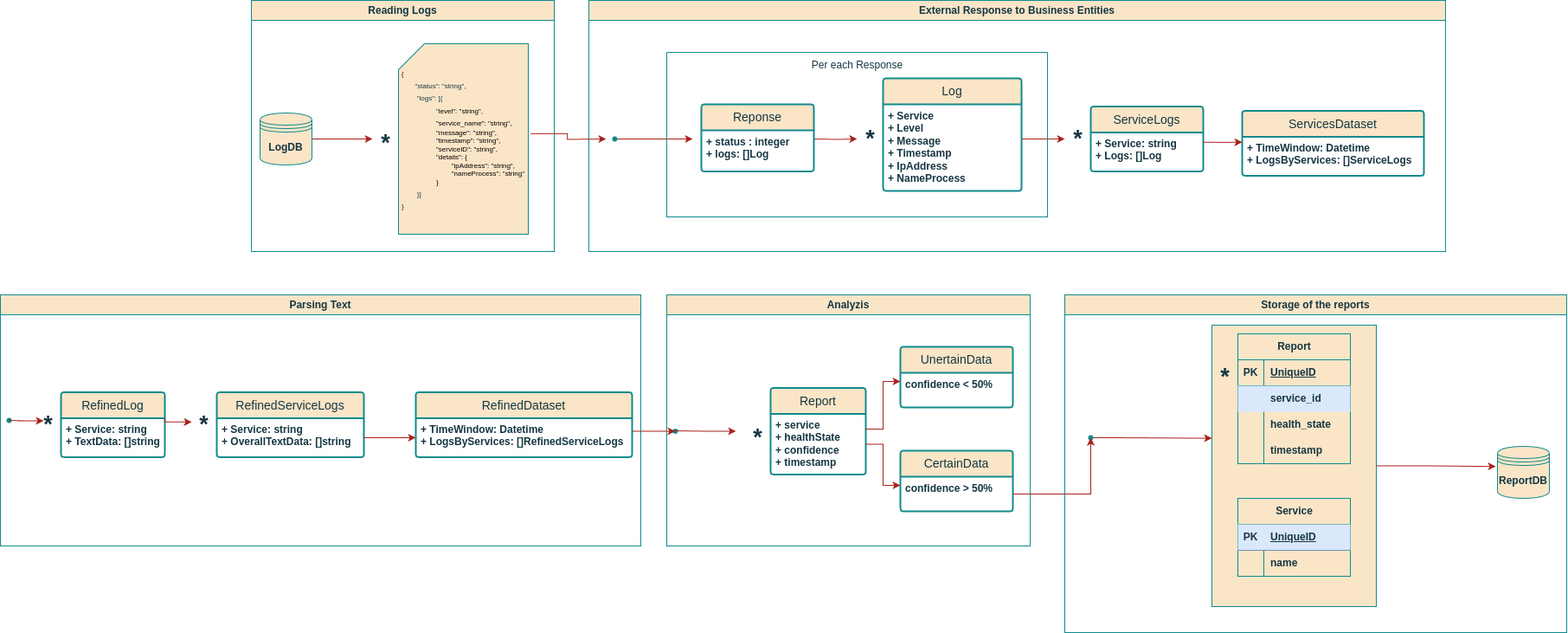
This is services/logging_agent/arch_diagrams/logical_view.png from John321Blacksmith/knowledge_base, a draw.io export, as it was before one commit. Source tidied: cells renumbered, new cells last; positions are measured from the earlier drawing's top-left corner, leaving out a move shared by most shapes.
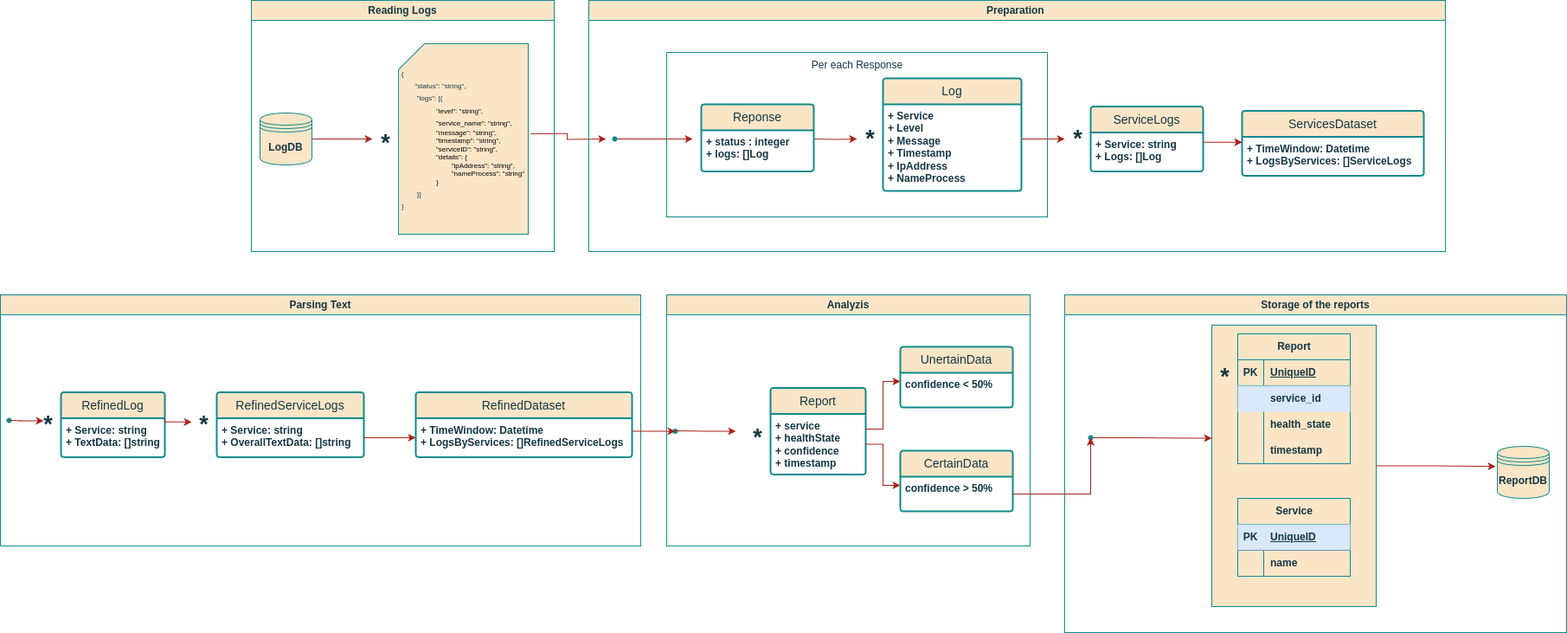
The same file after the commit.

Commit message:
feat: logs aggregation by the service

Change to the diagram source:
```diff
@@ -24,7 +24,7 @@
     <mxCell id="7" value="&lt;div style=&quot;text-align: left;&quot;&gt;&lt;span style=&quot;font-size: 7px; background-color: transparent; color: light-dark(rgb(0, 0, 0), rgb(255, 255, 255));&quot;&gt;{&lt;/span&gt;&lt;/div&gt;&lt;div style=&quot;text-align: left;&quot;&gt;&lt;font style=&quot;&quot;&gt;&lt;span style=&quot;font-size: 7px; white-space: pre;&quot;&gt;&#9;&lt;/span&gt;&lt;font style=&quot;font-size: 8px;&quot;&gt;&quot;status&quot;: &quot;string&quot;,&lt;br&gt;&lt;/font&gt;&lt;/font&gt;&lt;/div&gt;&lt;div style=&quot;text-align: left;&quot;&gt;&lt;font style=&quot;font-size: 8px;&quot;&gt;&lt;span style=&quot;white-space: pre;&quot;&gt;&#9;&lt;/span&gt;&quot;logs&quot;: [{&lt;/font&gt;&lt;/div&gt;&lt;blockquote style=&quot;margin: 0 0 0 40px; border: none; padding: 0px;&quot;&gt;&lt;div&gt;&lt;div style=&quot;text-align: left;&quot;&gt;&lt;font style=&quot;font-size: 8px;&quot;&gt;&lt;font style=&quot;&quot;&gt;&quot;&lt;/font&gt;&lt;span style=&quot;background-color: transparent; color: light-dark(rgb(0, 0, 0), rgb(255, 255, 255));&quot;&gt;level&quot;: &quot;string&quot;,&lt;/span&gt;&lt;/font&gt;&lt;/div&gt;&lt;div style=&quot;text-align: left;&quot;&gt;&lt;span style=&quot;background-color: transparent; color: light-dark(rgb(0, 0, 0), rgb(255, 255, 255));&quot;&gt;&lt;font style=&quot;font-size: 8px;&quot;&gt;&quot;service_name&quot;: &quot;string&quot;,&lt;/font&gt;&lt;/span&gt;&lt;/div&gt;&lt;/div&gt;&lt;div&gt;&lt;font style=&quot;font-size: 8px;&quot;&gt;&lt;div style=&quot;text-align: left;&quot;&gt;&lt;span style=&quot;background-color: transparent; color: light-dark(rgb(0, 0, 0), rgb(255, 255, 255));&quot;&gt;&quot;message&quot;: &quot;string&quot;,&lt;/span&gt;&lt;/div&gt;&lt;/font&gt;&lt;/div&gt;&lt;div&gt;&lt;font style=&quot;font-size: 8px;&quot;&gt;&lt;span style=&quot;background-color: transparent;&quot;&gt;&lt;div style=&quot;text-align: left;&quot;&gt;&lt;span style=&quot;background-color: transparent; color: light-dark(rgb(0, 0, 0), rgb(255, 255, 255));&quot;&gt;&quot;timestamp&quot;:&amp;nbsp;&lt;/span&gt;&lt;span style=&quot;background-color: transparent; color: light-dark(rgb(0, 0, 0), rgb(255, 255, 255));&quot;&gt;&quot;string&quot;&lt;/span&gt;&lt;span style=&quot;background-color: transparent; color: light-dark(rgb(0, 0, 0), rgb(255, 255, 255));&quot;&gt;,&lt;/span&gt;&lt;/div&gt;&lt;/span&gt;&lt;/font&gt;&lt;/div&gt;&lt;div&gt;&lt;font style=&quot;font-size: 8px;&quot;&gt;&lt;span style=&quot;background-color: transparent;&quot;&gt;&lt;div style=&quot;text-align: left;&quot;&gt;&lt;span style=&quot;background-color: transparent; color: light-dark(rgb(0, 0, 0), rgb(255, 255, 255));&quot;&gt;&quot;serviceID&quot;:&amp;nbsp;&lt;/span&gt;&lt;span style=&quot;background-color: transparent; color: light-dark(rgb(0, 0, 0), rgb(255, 255, 255));&quot;&gt;&quot;string&quot;&lt;/span&gt;&lt;span style=&quot;background-color: transparent; color: light-dark(rgb(0, 0, 0), rgb(255, 255, 255));&quot;&gt;,&lt;/span&gt;&lt;/div&gt;&lt;/span&gt;&lt;/font&gt;&lt;/div&gt;&lt;div&gt;&lt;font style=&quot;font-size: 8px;&quot;&gt;&lt;span style=&quot;background-color: transparent;&quot;&gt;&lt;div style=&quot;text-align: left;&quot;&gt;&lt;span style=&quot;background-color: transparent; color: light-dark(rgb(0, 0, 0), rgb(255, 255, 255));&quot;&gt;&quot;details&quot;: {&lt;/span&gt;&lt;/div&gt;&lt;div style=&quot;text-align: left;&quot;&gt;&lt;span style=&quot;background-color: transparent; color: light-dark(rgb(0, 0, 0), rgb(255, 255, 255));&quot;&gt;&lt;span style=&quot;white-space: pre;&quot;&gt;&#9;&lt;/span&gt;&quot;ipAddress&quot;: &quot;string&quot;,&lt;br&gt;&lt;/span&gt;&lt;/div&gt;&lt;div style=&quot;text-align: left;&quot;&gt;&lt;span style=&quot;background-color: transparent; color: light-dark(rgb(0, 0, 0), rgb(255, 255, 255));&quot;&gt;&lt;span style=&quot;white-space: pre;&quot;&gt;&#9;&lt;/span&gt;&quot;nameProcess&quot;: &quot;string&quot;&lt;br&gt;&lt;/span&gt;&lt;/div&gt;&lt;div style=&quot;text-align: left;&quot;&gt;&lt;span style=&quot;background-color: transparent; color: light-dark(rgb(0, 0, 0), rgb(255, 255, 255));&quot;&gt;}&lt;/span&gt;&lt;/div&gt;&lt;/span&gt;&lt;/font&gt;&lt;/div&gt;&lt;/blockquote&gt;&lt;div style=&quot;text-align: left;&quot;&gt;&lt;font style=&quot;font-size: 8px;&quot;&gt;&lt;span style=&quot;white-space: pre;&quot;&gt;&#9;&lt;/span&gt;}]&lt;/font&gt;&lt;/div&gt;&lt;div style=&quot;text-align: left;&quot;&gt;&lt;font style=&quot;font-size: 8px;&quot;&gt;}&lt;/font&gt;&lt;/div&gt;" style="shape=card;whiteSpace=wrap;html=1;fillColor=#FAE5C7;strokeColor=#0F8B8D;labelBackgroundColor=none;fontColor=#143642;" parent="2" vertex="1">
       <mxGeometry x="170" y="50" width="150" height="220" as="geometry" />
     </mxCell>
-    <mxCell id="8" value="External Response to Business Entities" style="swimlane;whiteSpace=wrap;html=1;labelBackgroundColor=none;fillColor=#FAE5C7;strokeColor=#0F8B8D;fontColor=#143642;" parent="1" vertex="1">
+    <mxCell id="8" value="Preparation&amp;nbsp;" style="swimlane;whiteSpace=wrap;html=1;labelBackgroundColor=none;fillColor=#FAE5C7;strokeColor=#0F8B8D;fontColor=#143642;" parent="1" vertex="1">
       <mxGeometry x="680" width="990" height="290" as="geometry" />
     </mxCell>
     <mxCell id="9" value="&lt;font style=&quot;font-size: 27px;&quot;&gt;*&lt;/font&gt;" style="text;html=1;align=center;verticalAlign=middle;points=[];strokeColor=none;fillColor=none;fontFamily=Helvetica;fontSize=12;fontColor=#143642;fontStyle=1;labelBackgroundColor=none;" parent="8" vertex="1">
```
